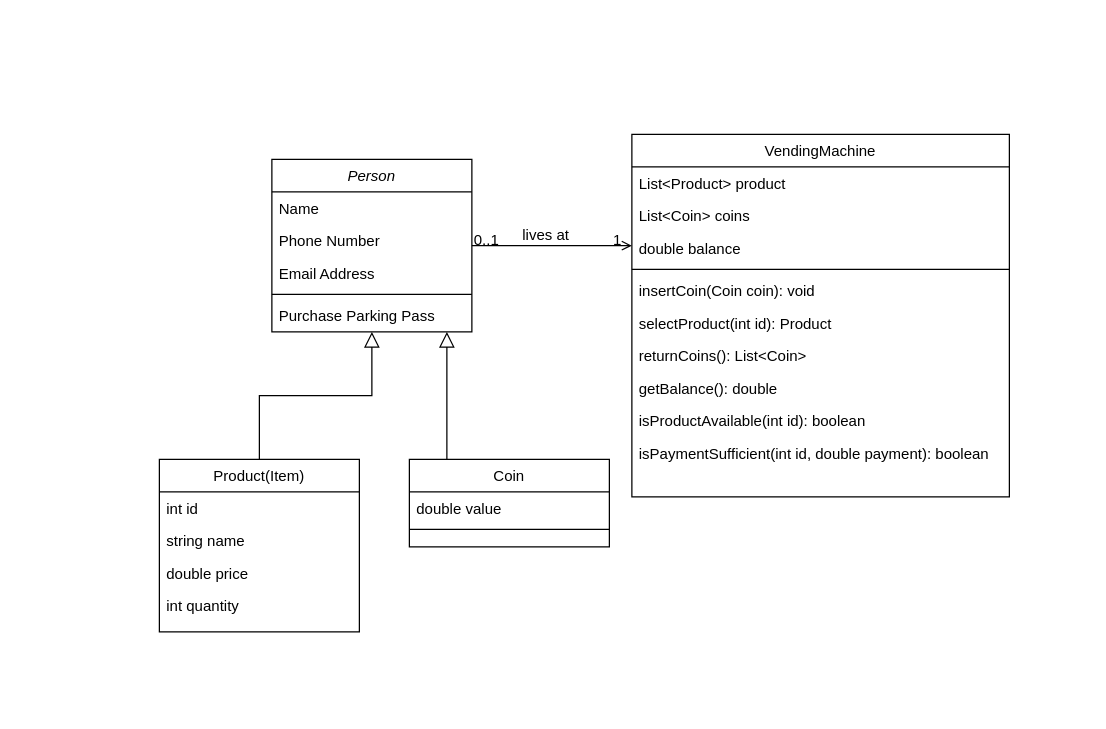
The draw.io diagram Assignment9/Untitled Diagram.drawio in stevenbutz/CSCI-C212, before the edit. Source tidied: cells renumbered, new cells numbered last; positions are measured from the earlier drawing's top-left corner, leaving out a move shared by most shapes. Both pictures are drawn from the tidied source at 125%, with x=0, y=0 at pixel (159, 134).
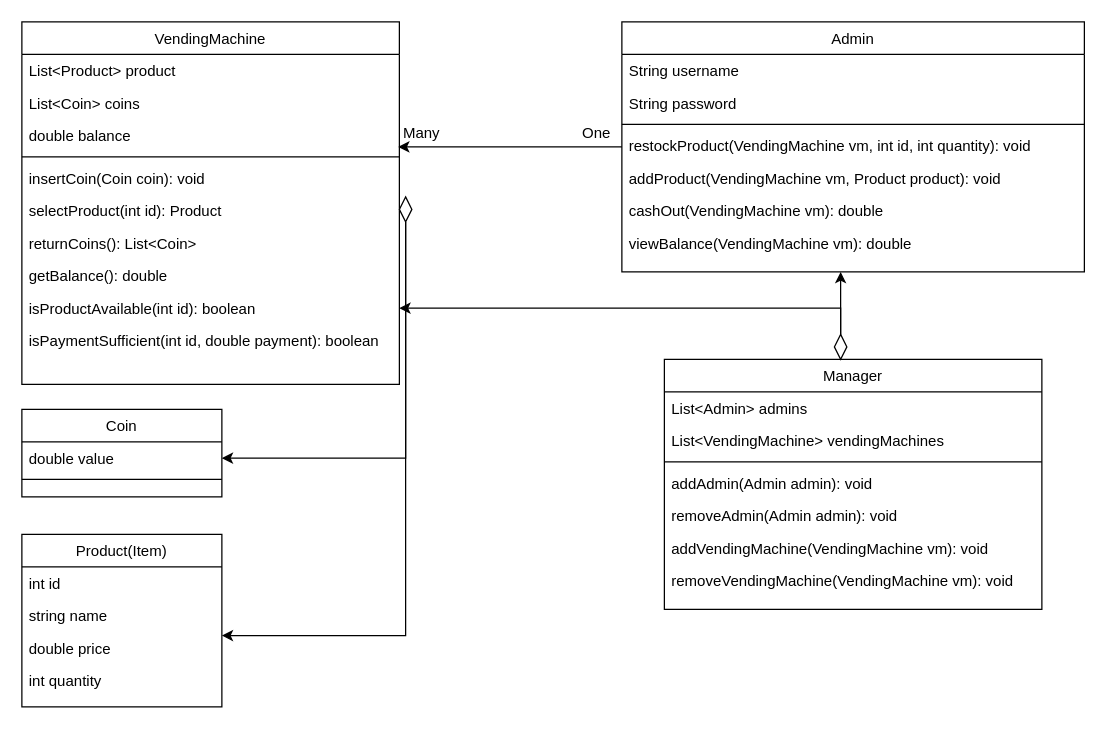
The same diagram, later.

The change refers to these unchanged cells:
```xml
<mxCell id="11" value="double price" style="text;align=left;verticalAlign=top;spacingLeft=4;spacingRight=4;overflow=hidden;points=[[0,0.5],[1,0.5]];portConstraint=eastwest;fontStyle=0;" parent="8" vertex="1">
  <mxGeometry y="78" width="160" height="26" as="geometry" />
</mxCell>
<mxCell id="15" value="double value" style="text;align=left;verticalAlign=top;spacingLeft=4;spacingRight=4;overflow=hidden;points=[[0,0.5],[1,0.5]];portConstraint=eastwest;" parent="14" vertex="1">
  <mxGeometry y="26" width="160" height="26" as="geometry" />
</mxCell>
<mxCell id="21" value="double balance" style="text;align=left;verticalAlign=top;spacingLeft=4;spacingRight=4;overflow=hidden;points=[[0,0.5],[1,0.5]];portConstraint=eastwest;rounded=0;shadow=0;html=0;" parent="18" vertex="1">
  <mxGeometry y="78" width="302" height="26" as="geometry" />
</mxCell>
<mxCell id="27" value="isProductAvailable(int id): boolean" style="text;align=left;verticalAlign=top;spacingLeft=4;spacingRight=4;overflow=hidden;points=[[0,0.5],[1,0.5]];portConstraint=eastwest;" parent="18" vertex="1">
  <mxGeometry y="216" width="302" height="26" as="geometry" />
</mxCell>
```

Change to the diagram source:
```diff
@@
-    <mxCell id="2" value="Person" style="swimlane;fontStyle=2;align=center;verticalAlign=top;horizontal=1;startSize=26;rounded=0;shadow=0;strokeWidth=1;" parent="1" vertex="1">
-      <mxGeometry x="90" y="20" width="160" height="138" as="geometry" />
-    </mxCell>
-    <mxCell id="3" value="Name" style="text;align=left;verticalAlign=top;spacingLeft=4;spacingRight=4;overflow=hidden;" parent="2" vertex="1">
-      <mxGeometry y="26" width="160" height="26" as="geometry" />
-    </mxCell>
-    <mxCell id="4" value="Phone Number" style="text;align=left;verticalAlign=top;spacingLeft=4;spacingRight=4;overflow=hidden;rounded=0;shadow=0;html=0;" parent="2" vertex="1">
-      <mxGeometry y="52" width="160" height="26" as="geometry" />
-    </mxCell>
-    <mxCell id="5" value="Email Address" style="text;align=left;verticalAlign=top;spacingLeft=4;spacingRight=4;overflow=hidden;rounded=0;shadow=0;html=0;" parent="2" vertex="1">
-      <mxGeometry y="78" width="160" height="26" as="geometry" />
-    </mxCell>
-    <mxCell id="6" style="line;html=1;strokeWidth=1;align=left;verticalAlign=middle;spacingTop=-1;spacingLeft=3;spacingRight=3;labelPosition=right;" parent="2" vertex="1">
-      <mxGeometry y="104" width="160" height="8" as="geometry" />
-    </mxCell>
-    <mxCell id="7" value="Purchase Parking Pass" style="text;align=left;verticalAlign=top;spacingLeft=4;spacingRight=4;overflow=hidden;" parent="2" vertex="1">
-      <mxGeometry y="112" width="160" height="26" as="geometry" />
-    </mxCell>
     <mxCell id="8" value="Product(Item)" style="swimlane;fontStyle=0;align=center;verticalAlign=top;horizontal=1;startSize=26;rounded=0;shadow=0;strokeWidth=1;" parent="1" vertex="1">
-      <mxGeometry y="260" width="160" height="138" as="geometry" />
+      <mxGeometry x="-110" y="320" width="160" height="138" as="geometry" />
     </mxCell>
@@
-    <mxCell id="13" style="endArrow=block;endSize=10;endFill=0;shadow=0;strokeWidth=1;rounded=0;edgeStyle=elbowEdgeStyle;elbow=vertical;" parent="1" edge="1" source="8" target="2">
-      <mxGeometry relative="1" as="geometry" />
-    </mxCell>
     <mxCell id="14" value="Coin" style="swimlane;fontStyle=0;align=center;verticalAlign=top;horizontal=1;startSize=26;rounded=0;shadow=0;strokeWidth=1;" parent="1" vertex="1">
-      <mxGeometry x="200" y="260" width="160" height="70" as="geometry" />
+      <mxGeometry x="-110" y="220" width="160" height="70" as="geometry" />
     </mxCell>
@@
-    <mxCell id="17" style="endArrow=block;endSize=10;endFill=0;shadow=0;strokeWidth=1;rounded=0;edgeStyle=elbowEdgeStyle;elbow=vertical;" parent="1" edge="1" source="14" target="2">
-      <mxGeometry relative="1" as="geometry">
-        <Array as="points">
-          <mxPoint x="230" y="190" />
-          <mxPoint x="260" y="200" />
-        </Array>
-      </mxGeometry>
-    </mxCell>
     <mxCell id="18" value="VendingMachine" style="swimlane;fontStyle=0;align=center;verticalAlign=top;horizontal=1;startSize=26;rounded=0;shadow=0;strokeWidth=1;" parent="1" vertex="1">
-      <mxGeometry x="378" width="302" height="290" as="geometry" />
+      <mxGeometry x="-110" y="-90" width="302" height="290" as="geometry" />
     </mxCell>
@@
-    <mxCell id="29" style="endArrow=open;shadow=0;strokeWidth=1;rounded=0;endFill=1;edgeStyle=elbowEdgeStyle;elbow=vertical;" parent="1" edge="1" source="2" target="18">
-      <mxGeometry x="0.5" y="41" relative="1" as="geometry">
-        <mxPoint x="-40" y="32" as="offset" />
-      </mxGeometry>
-    </mxCell>
-    <mxCell id="30" value="0..1" style="align=left;verticalAlign=bottom;labelBackgroundColor=none;fontSize=12;" parent="29" vertex="1">
-      <mxGeometry x="-1" relative="1" as="geometry">
-        <mxPoint y="4" as="offset" />
-      </mxGeometry>
-    </mxCell>
-    <mxCell id="31" value="1" style="align=right;verticalAlign=bottom;labelBackgroundColor=none;fontSize=12;" parent="29" vertex="1">
-      <mxGeometry x="1" relative="1" as="geometry">
-        <mxPoint x="-7" y="4" as="offset" />
-      </mxGeometry>
-    </mxCell>
-    <mxCell id="32" value="lives at" style="text;html=1;align=center;verticalAlign=middle;labelBackgroundColor=none;rounded=0;shadow=0;strokeWidth=1;fontSize=12;" parent="29" vertex="1">
-      <mxGeometry x="0.5" y="49" relative="1" as="geometry">
-        <mxPoint x="-38" y="40" as="offset" />
-      </mxGeometry>
-    </mxCell>
+    <mxCell id="33" value="Manager" style="swimlane;fontStyle=0;align=center;verticalAlign=top;horizontal=1;startSize=26;rounded=0;shadow=0;strokeWidth=1;" parent="1" vertex="1">
+      <mxGeometry x="404" y="180" width="302" height="200" as="geometry" />
+    </mxCell>
+    <mxCell id="34" value="List&lt;Admin&gt; admins" style="text;align=left;verticalAlign=top;spacingLeft=4;spacingRight=4;overflow=hidden;" parent="33" vertex="1">
+      <mxGeometry y="26" width="302" height="26" as="geometry" />
+    </mxCell>
+    <mxCell id="35" value="List&lt;VendingMachine&gt; vendingMachines" style="text;align=left;verticalAlign=top;spacingLeft=4;spacingRight=4;overflow=hidden;rounded=0;shadow=0;html=0;" parent="33" vertex="1">
+      <mxGeometry y="52" width="302" height="26" as="geometry" />
+    </mxCell>
+    <mxCell id="36" style="line;html=1;strokeWidth=1;align=left;verticalAlign=middle;spacingTop=-1;spacingLeft=3;spacingRight=3;labelPosition=right;" parent="33" vertex="1">
+      <mxGeometry y="78" width="302" height="8" as="geometry" />
+    </mxCell>
+    <mxCell id="37" value="addAdmin(Admin admin): void" style="text;align=left;verticalAlign=top;spacingLeft=4;spacingRight=4;overflow=hidden;rounded=0;shadow=0;html=0;" parent="33" vertex="1">
+      <mxGeometry y="86" width="302" height="26" as="geometry" />
+    </mxCell>
+    <mxCell id="38" value="removeAdmin(Admin admin): void" style="text;align=left;verticalAlign=top;spacingLeft=4;spacingRight=4;overflow=hidden;rounded=0;shadow=0;html=0;" parent="33" vertex="1">
+      <mxGeometry y="112" width="302" height="26" as="geometry" />
+    </mxCell>
+    <mxCell id="39" value="addVendingMachine(VendingMachine vm): void" style="text;align=left;verticalAlign=top;spacingLeft=4;spacingRight=4;overflow=hidden;rounded=0;shadow=0;html=0;" parent="33" vertex="1">
+      <mxGeometry y="138" width="302" height="26" as="geometry" />
+    </mxCell>
+    <mxCell id="40" value="removeVendingMachine(VendingMachine vm): void" style="text;align=left;verticalAlign=top;spacingLeft=4;spacingRight=4;overflow=hidden;" parent="33" vertex="1">
+      <mxGeometry y="164" width="302" height="26" as="geometry" />
+    </mxCell>
+    <mxCell id="41" style="edgeStyle=orthogonalEdgeStyle;rounded=0;jettySize=auto;html=1;entryX=0.997;entryY=0.846;entryDx=0;entryDy=0;entryPerimeter=0;" parent="1" edge="1" source="42" target="21">
+      <mxGeometry relative="1" as="geometry" />
+    </mxCell>
+    <mxCell id="42" value="Admin" style="swimlane;fontStyle=0;align=center;verticalAlign=top;horizontal=1;startSize=26;rounded=0;shadow=0;strokeWidth=1;" parent="1" vertex="1">
+      <mxGeometry x="370" y="-90" width="370" height="200" as="geometry" />
+    </mxCell>
+    <mxCell id="43" value="String username" style="text;align=left;verticalAlign=top;spacingLeft=4;spacingRight=4;overflow=hidden;" parent="42" vertex="1">
+      <mxGeometry y="26" width="370" height="26" as="geometry" />
+    </mxCell>
+    <mxCell id="44" value="String password" style="text;align=left;verticalAlign=top;spacingLeft=4;spacingRight=4;overflow=hidden;rounded=0;shadow=0;html=0;" parent="42" vertex="1">
+      <mxGeometry y="52" width="370" height="26" as="geometry" />
+    </mxCell>
+    <mxCell id="45" style="line;html=1;strokeWidth=1;align=left;verticalAlign=middle;spacingTop=-1;spacingLeft=3;spacingRight=3;labelPosition=right;" parent="42" vertex="1">
+      <mxGeometry y="78" width="370" height="8" as="geometry" />
+    </mxCell>
+    <mxCell id="46" value="restockProduct(VendingMachine vm, int id, int quantity): void" style="text;align=left;verticalAlign=top;spacingLeft=4;spacingRight=4;overflow=hidden;rounded=0;shadow=0;html=0;" parent="42" vertex="1">
+      <mxGeometry y="86" width="370" height="26" as="geometry" />
+    </mxCell>
+    <mxCell id="47" value="addProduct(VendingMachine vm, Product product): void" style="text;align=left;verticalAlign=top;spacingLeft=4;spacingRight=4;overflow=hidden;rounded=0;shadow=0;html=0;" parent="42" vertex="1">
+      <mxGeometry y="112" width="370" height="26" as="geometry" />
+    </mxCell>
+    <mxCell id="48" value="cashOut(VendingMachine vm): double" style="text;align=left;verticalAlign=top;spacingLeft=4;spacingRight=4;overflow=hidden;rounded=0;shadow=0;html=0;" parent="42" vertex="1">
+      <mxGeometry y="138" width="370" height="26" as="geometry" />
+    </mxCell>
+    <mxCell id="49" value="viewBalance(VendingMachine vm): double" style="text;align=left;verticalAlign=top;spacingLeft=4;spacingRight=4;overflow=hidden;" parent="42" vertex="1">
+      <mxGeometry y="164" width="370" height="26" as="geometry" />
+    </mxCell>
+    <mxCell id="50" style="edgeStyle=orthogonalEdgeStyle;rounded=0;jettySize=auto;html=1;entryX=1;entryY=0.115;entryDx=0;entryDy=0;entryPerimeter=0;" parent="1" edge="1" source="52" target="11">
+      <mxGeometry relative="1" as="geometry" />
+    </mxCell>
+    <mxCell id="51" style="edgeStyle=orthogonalEdgeStyle;rounded=0;jettySize=auto;html=1;entryX=1;entryY=0.5;entryDx=0;entryDy=0;" parent="1" edge="1" source="52" target="15">
+      <mxGeometry relative="1" as="geometry" />
+    </mxCell>
+    <mxCell id="52" style="rhombus;whiteSpace=wrap;html=1;" parent="1" vertex="1">
+      <mxGeometry x="192" y="50" width="10" height="20" as="geometry" />
+    </mxCell>
+    <mxCell id="53" value="One" style="text;html=1;strokeColor=none;fillColor=none;align=center;verticalAlign=middle;whiteSpace=wrap;rounded=0;" parent="1" vertex="1">
+      <mxGeometry x="320" y="-16" width="60" height="30" as="geometry" />
+    </mxCell>
+    <mxCell id="54" value="Many" style="text;html=1;strokeColor=none;fillColor=none;align=center;verticalAlign=middle;whiteSpace=wrap;rounded=0;" parent="1" vertex="1">
+      <mxGeometry x="180" y="-16" width="60" height="30" as="geometry" />
+    </mxCell>
+    <mxCell id="55" style="edgeStyle=orthogonalEdgeStyle;rounded=0;jettySize=auto;html=1;" parent="1" edge="1" source="57">
+      <mxGeometry relative="1" as="geometry">
+        <mxPoint x="545" y="110" as="targetPoint" />
+      </mxGeometry>
+    </mxCell>
+    <mxCell id="56" style="edgeStyle=orthogonalEdgeStyle;rounded=0;jettySize=auto;html=1;" parent="1" edge="1" source="57" target="27">
+      <mxGeometry relative="1" as="geometry" />
+    </mxCell>
+    <mxCell id="57" style="rhombus;whiteSpace=wrap;html=1;" parent="1" vertex="1">
+      <mxGeometry x="540" y="160" width="10" height="20" as="geometry" />
+    </mxCell>
```
